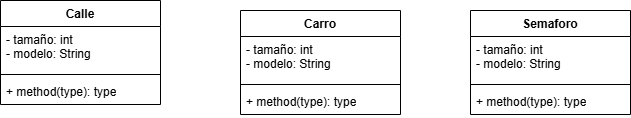
juampa1907/Proyecto-final-desarrollo keeps this draw.io diagram as Proyecto-desarrollo.png. Above is the earlier version. Source tidied: cells renumbered, new cells last; positions are measured from the earlier drawing's top-left corner, leaving out a move shared by most shapes.
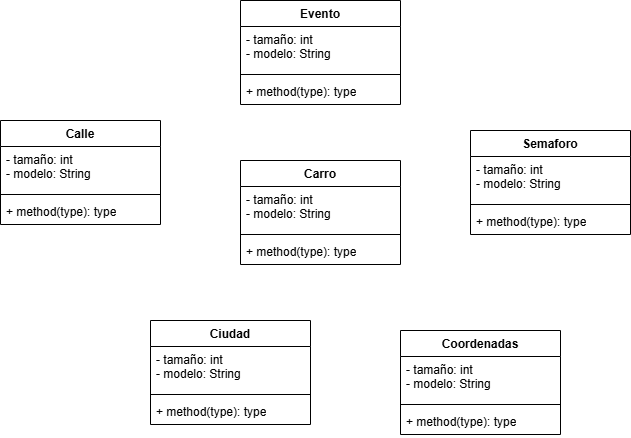
The same diagram one commit later.

Diff of the diagram source:
```diff
@@ -3,7 +3,7 @@
     <mxCell id="0" />
     <mxCell id="1" parent="0" />
     <mxCell id="2" value="Carro" style="swimlane;fontStyle=1;align=center;verticalAlign=top;horizontal=1;startSize=26;whiteSpace=wrap;html=1;" parent="1" vertex="1">
-      <mxGeometry x="240" y="10" width="160" height="104" as="geometry" />
+      <mxGeometry x="240" y="40" width="160" height="104" as="geometry" />
     </mxCell>
     <mxCell id="3" value="- tamaño: int&lt;div&gt;- modelo: String&lt;br&gt;&lt;br&gt;&lt;/div&gt;" style="text;strokeColor=none;fillColor=none;align=left;verticalAlign=top;spacingLeft=4;spacingRight=4;overflow=hidden;whiteSpace=wrap;html=1;" parent="2" vertex="1">
       <mxGeometry y="26" width="160" height="44" as="geometry" />
@@ -38,5 +38,41 @@
     <mxCell id="13" value="+ method(type): type" style="text;strokeColor=none;fillColor=none;align=left;verticalAlign=top;spacingLeft=4;spacingRight=4;overflow=hidden;whiteSpace=wrap;html=1;" parent="10" vertex="1">
       <mxGeometry y="78" width="160" height="26" as="geometry" />
     </mxCell>
+    <mxCell id="14" value="Coordenadas" style="swimlane;fontStyle=1;align=center;verticalAlign=top;horizontal=1;startSize=26;whiteSpace=wrap;html=1;" parent="1" vertex="1">
+      <mxGeometry x="400" y="210" width="160" height="104" as="geometry" />
+    </mxCell>
+    <mxCell id="15" value="- tamaño: int&lt;div&gt;- modelo: String&lt;br&gt;&lt;br&gt;&lt;/div&gt;" style="text;strokeColor=none;fillColor=none;align=left;verticalAlign=top;spacingLeft=4;spacingRight=4;overflow=hidden;whiteSpace=wrap;html=1;" parent="14" vertex="1">
+      <mxGeometry y="26" width="160" height="44" as="geometry" />
+    </mxCell>
+    <mxCell id="16" style="line;strokeWidth=1;fillColor=none;align=left;verticalAlign=middle;spacingTop=-1;spacingLeft=3;spacingRight=3;labelPosition=right;strokeColor=inherit;" parent="14" vertex="1">
+      <mxGeometry y="70" width="160" height="8" as="geometry" />
+    </mxCell>
+    <mxCell id="17" value="+ method(type): type" style="text;strokeColor=none;fillColor=none;align=left;verticalAlign=top;spacingLeft=4;spacingRight=4;overflow=hidden;whiteSpace=wrap;html=1;" parent="14" vertex="1">
+      <mxGeometry y="78" width="160" height="26" as="geometry" />
+    </mxCell>
+    <mxCell id="18" value="Ciudad" style="swimlane;fontStyle=1;align=center;verticalAlign=top;horizontal=1;startSize=26;whiteSpace=wrap;html=1;" parent="1" vertex="1">
+      <mxGeometry x="150" y="200" width="160" height="104" as="geometry" />
+    </mxCell>
+    <mxCell id="19" value="- tamaño: int&lt;div&gt;- modelo: String&lt;br&gt;&lt;br&gt;&lt;/div&gt;" style="text;strokeColor=none;fillColor=none;align=left;verticalAlign=top;spacingLeft=4;spacingRight=4;overflow=hidden;whiteSpace=wrap;html=1;" parent="18" vertex="1">
+      <mxGeometry y="26" width="160" height="44" as="geometry" />
+    </mxCell>
+    <mxCell id="20" style="line;strokeWidth=1;fillColor=none;align=left;verticalAlign=middle;spacingTop=-1;spacingLeft=3;spacingRight=3;labelPosition=right;strokeColor=inherit;" parent="18" vertex="1">
+      <mxGeometry y="70" width="160" height="8" as="geometry" />
+    </mxCell>
+    <mxCell id="21" value="+ method(type): type" style="text;strokeColor=none;fillColor=none;align=left;verticalAlign=top;spacingLeft=4;spacingRight=4;overflow=hidden;whiteSpace=wrap;html=1;" parent="18" vertex="1">
+      <mxGeometry y="78" width="160" height="26" as="geometry" />
+    </mxCell>
+    <mxCell id="22" value="Evento" style="swimlane;fontStyle=1;align=center;verticalAlign=top;horizontal=1;startSize=26;whiteSpace=wrap;html=1;" parent="1" vertex="1">
+      <mxGeometry x="240" y="-120" width="160" height="104" as="geometry" />
+    </mxCell>
+    <mxCell id="23" value="- tamaño: int&lt;div&gt;- modelo: String&lt;br&gt;&lt;br&gt;&lt;/div&gt;" style="text;strokeColor=none;fillColor=none;align=left;verticalAlign=top;spacingLeft=4;spacingRight=4;overflow=hidden;whiteSpace=wrap;html=1;" parent="22" vertex="1">
+      <mxGeometry y="26" width="160" height="44" as="geometry" />
+    </mxCell>
+    <mxCell id="24" style="line;strokeWidth=1;fillColor=none;align=left;verticalAlign=middle;spacingTop=-1;spacingLeft=3;spacingRight=3;labelPosition=right;strokeColor=inherit;" parent="22" vertex="1">
+      <mxGeometry y="70" width="160" height="8" as="geometry" />
+    </mxCell>
+    <mxCell id="25" value="+ method(type): type" style="text;strokeColor=none;fillColor=none;align=left;verticalAlign=top;spacingLeft=4;spacingRight=4;overflow=hidden;whiteSpace=wrap;html=1;" parent="22" vertex="1">
+      <mxGeometry y="78" width="160" height="26" as="geometry" />
+    </mxCell>
   </root>
 </mxGraphModel>
```
